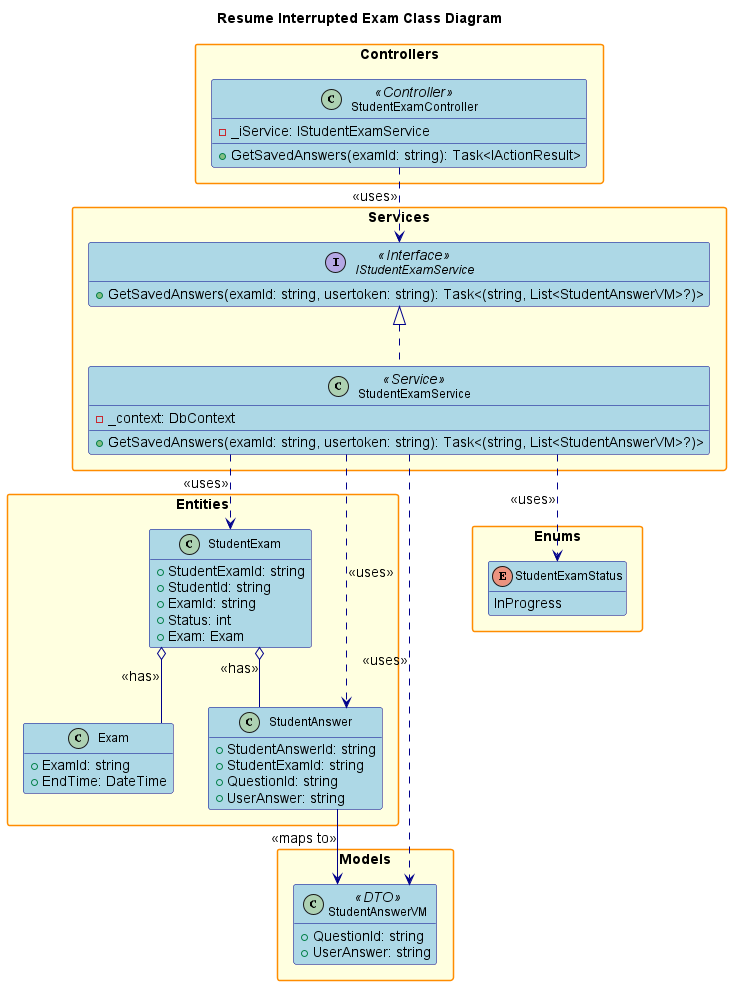
conghoan1211/AI-Kiosk-Testing-system keeps this PlantUML diagram as design/out/resumeinterruptedexam/resumeinterruptedexam.png. Above is the earlier version.
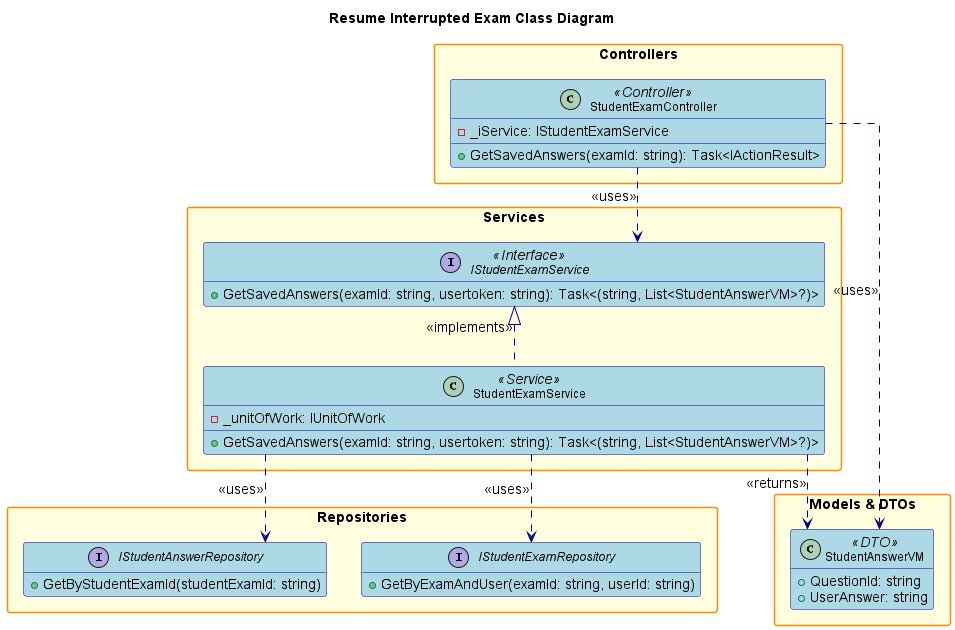
After the change.

What changed in the source:
```diff
@@ -1,6 +1,4 @@
 @startuml
-
-title Resume Interrupted Exam Class Diagram
 
 hide empty members
 skinparam packageStyle rectangle
@@ -25,18 +23,13 @@
     FontSize 14
     FontStyle bold
 }
-
 skinparam interface {
     BackgroundColor LightGreen
     BorderColor DarkGreen
     FontSize 12
 }
 
-skinparam enum {
-    BackgroundColor LightCyan
-    BorderColor DarkCyan
-    FontSize 12
-}
+title Resume Interrupted Exam Class Diagram
 
 package "Controllers" {
     class StudentExamController <<Controller>> {
@@ -50,52 +43,32 @@
         + GetSavedAnswers(examId: string, usertoken: string): Task<(string, List<StudentAnswerVM>?)>
     }
     class StudentExamService <<Service>> {
-        - _context: DbContext
+        - _unitOfWork: IUnitOfWork
         + GetSavedAnswers(examId: string, usertoken: string): Task<(string, List<StudentAnswerVM>?)>
     }
 }
 
-package "Models" {
+package "Repositories" {
+    interface IStudentExamRepository {
+        + GetByExamAndUser(examId: string, userId: string)
+    }
+    interface IStudentAnswerRepository {
+        + GetByStudentExamId(studentExamId: string)
+    }
+}
+
+package "Models & DTOs" {
     class StudentAnswerVM <<DTO>> {
         + QuestionId: string
         + UserAnswer: string
     }
 }
 
-package "Entities" {
-    class StudentExam {
-        + StudentExamId: string
-        + StudentId: string
-        + ExamId: string
-        + Status: int
-        + Exam: Exam
-    }
-    class Exam {
-        + ExamId: string
-        + EndTime: DateTime
-    }
-    class StudentAnswer {
-        + StudentAnswerId: string
-        + StudentExamId: string
-        + QuestionId: string
-        + UserAnswer: string
-    }
-}
-
-package "Enums" {
-    enum StudentExamStatus {
-        InProgress
-    }
-}
-
 StudentExamController ..> IStudentExamService : <<uses>>
-IStudentExamService <|.. StudentExamService
-StudentExamService ..> StudentExam : <<uses>>
-StudentExamService ..> StudentAnswer : <<uses>>
-StudentExamService ..> StudentAnswerVM : <<uses>>
-StudentExamService ..> StudentExamStatus : <<uses>>
-StudentExam o-- Exam : <<has>>
-StudentExam o-- StudentAnswer : <<has>>
-StudentAnswer --> StudentAnswerVM : <<maps to>>
+StudentExamController ..> StudentAnswerVM : <<uses>>
+IStudentExamService <|.. StudentExamService : <<implements>>
+StudentExamService ..> IStudentExamRepository : <<uses>>
+StudentExamService ..> IStudentAnswerRepository : <<uses>>
+StudentExamService ..> StudentAnswerVM : <<returns>>
 
 @enduml
```
